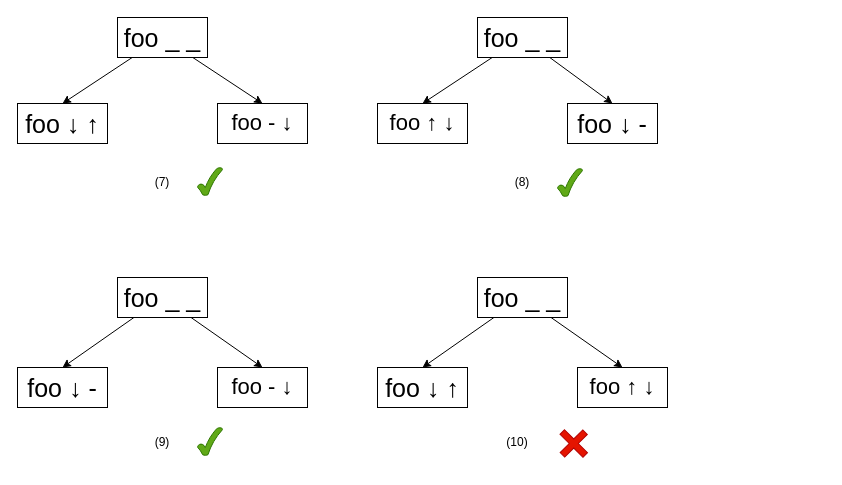
The draw.io diagram slide/78910-answer.drawio in lengyijun/MergeSort, before the edit. Source tidied: cells renumbered, new cells numbered last; positions are measured from the earlier drawing's top-left corner, leaving out a move shared by most shapes. Both pictures are drawn from the tidied source at 100%, with x=0, y=0 at pixel (17, 17).
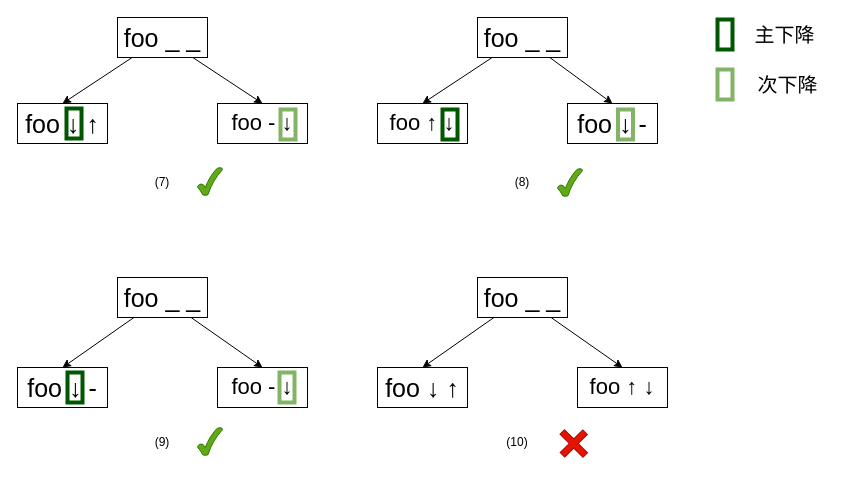
After the change.

Diff of the diagram source:
```diff
@@
+    <mxCell id="30" style="rounded=0;whiteSpace=wrap;html=1;strokeWidth=4;strokeColor=#82b366;fillColor=none;" parent="1" vertex="1">
+      <mxGeometry x="263" y="92" width="15" height="30" as="geometry" />
+    </mxCell>
+    <mxCell id="31" style="rounded=0;whiteSpace=wrap;html=1;strokeWidth=4;strokeColor=#005700;fillColor=none;fontColor=#ffffff;" parent="1" vertex="1">
+      <mxGeometry x="49" y="91" width="15" height="30" as="geometry" />
+    </mxCell>
+    <mxCell id="32" style="rounded=0;whiteSpace=wrap;html=1;strokeWidth=4;strokeColor=#005700;fillColor=none;fontColor=#ffffff;" parent="1" vertex="1">
+      <mxGeometry x="50" y="355" width="15" height="30" as="geometry" />
+    </mxCell>
+    <mxCell id="33" style="rounded=0;whiteSpace=wrap;html=1;strokeWidth=4;strokeColor=#82b366;fillColor=none;" parent="1" vertex="1">
+      <mxGeometry x="262" y="355" width="15" height="30" as="geometry" />
+    </mxCell>
+    <mxCell id="34" style="rounded=0;whiteSpace=wrap;html=1;strokeWidth=4;strokeColor=#005700;fillColor=none;fontColor=#ffffff;" parent="1" vertex="1">
+      <mxGeometry x="425" y="92" width="15" height="30" as="geometry" />
+    </mxCell>
+    <mxCell id="35" style="rounded=0;whiteSpace=wrap;html=1;strokeWidth=4;strokeColor=#82b366;fillColor=none;" parent="1" vertex="1">
+      <mxGeometry x="600.5" y="92" width="15" height="30" as="geometry" />
+    </mxCell>
+    <mxCell id="36" style="group;" parent="1" vertex="1">
+      <mxGeometry x="700" y="2" width="107.5" height="80" as="geometry" />
+    </mxCell>
+    <mxCell id="37" style="rounded=0;whiteSpace=wrap;html=1;strokeWidth=4;strokeColor=#005700;fillColor=none;fontColor=#ffffff;" parent="36" vertex="1">
+      <mxGeometry width="15" height="30" as="geometry" />
+    </mxCell>
+    <mxCell id="38" style="rounded=0;whiteSpace=wrap;html=1;strokeWidth=4;strokeColor=#82b366;fillColor=none;" parent="36" vertex="1">
+      <mxGeometry y="50" width="15" height="30" as="geometry" />
+    </mxCell>
+    <mxCell id="39" value="主下降" style="text;html=1;strokeColor=none;fillColor=none;align=center;verticalAlign=middle;whiteSpace=wrap;rounded=0;fontSize=20;" parent="36" vertex="1">
+      <mxGeometry x="30" width="75" height="30" as="geometry" />
+    </mxCell>
+    <mxCell id="40" value="次下降" style="text;html=1;strokeColor=none;fillColor=none;align=center;verticalAlign=middle;whiteSpace=wrap;rounded=0;fontSize=20;" parent="36" vertex="1">
+      <mxGeometry x="32.5" y="50" width="75" height="30" as="geometry" />
+    </mxCell>
```
